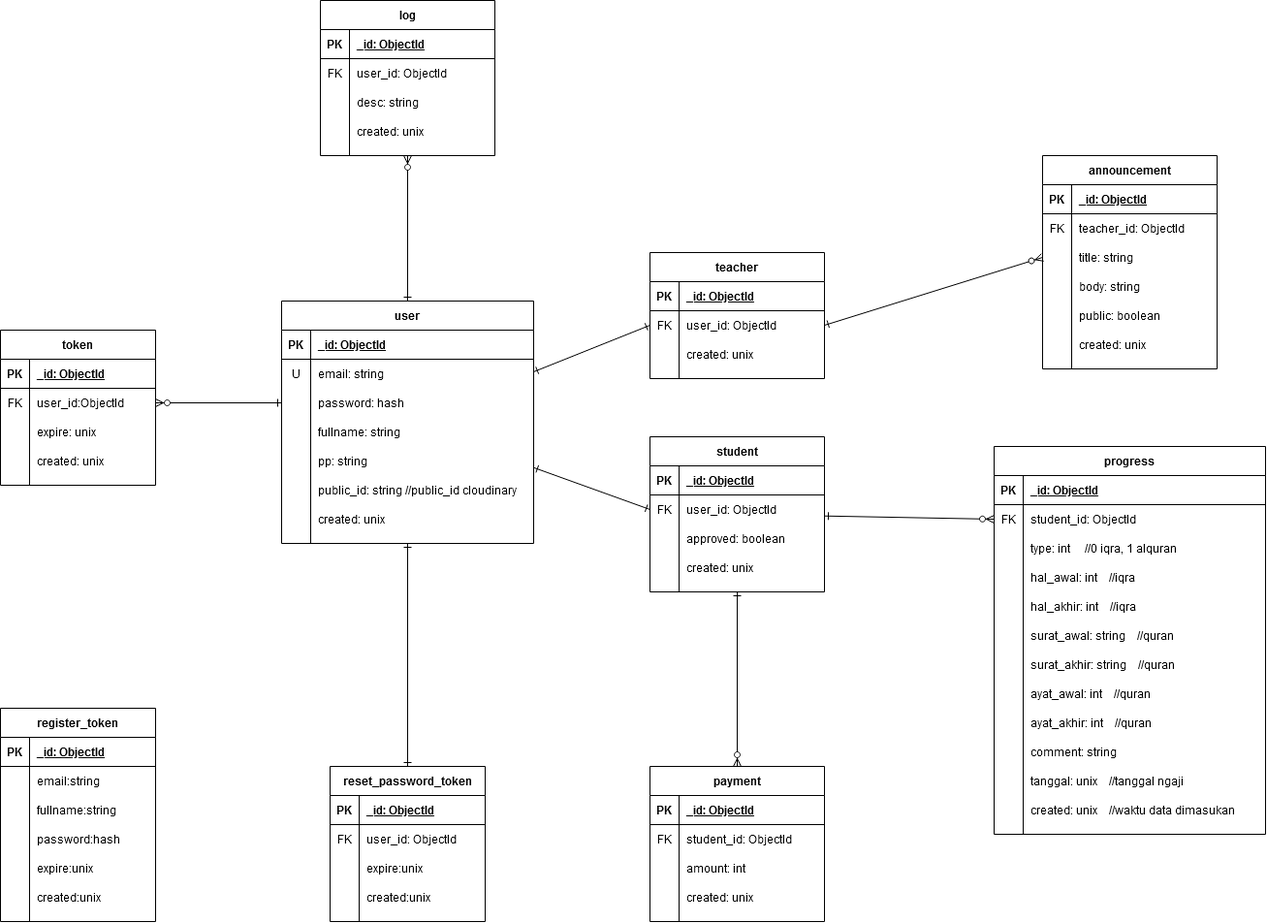
The draw.io diagram diagram/SIPEMA ERD.png in FarhanHP/SIPEMA, before a commit. Source tidied: cells renumbered, new cells last; positions are measured from the earlier drawing's top-left corner, leaving out a move shared by most shapes.
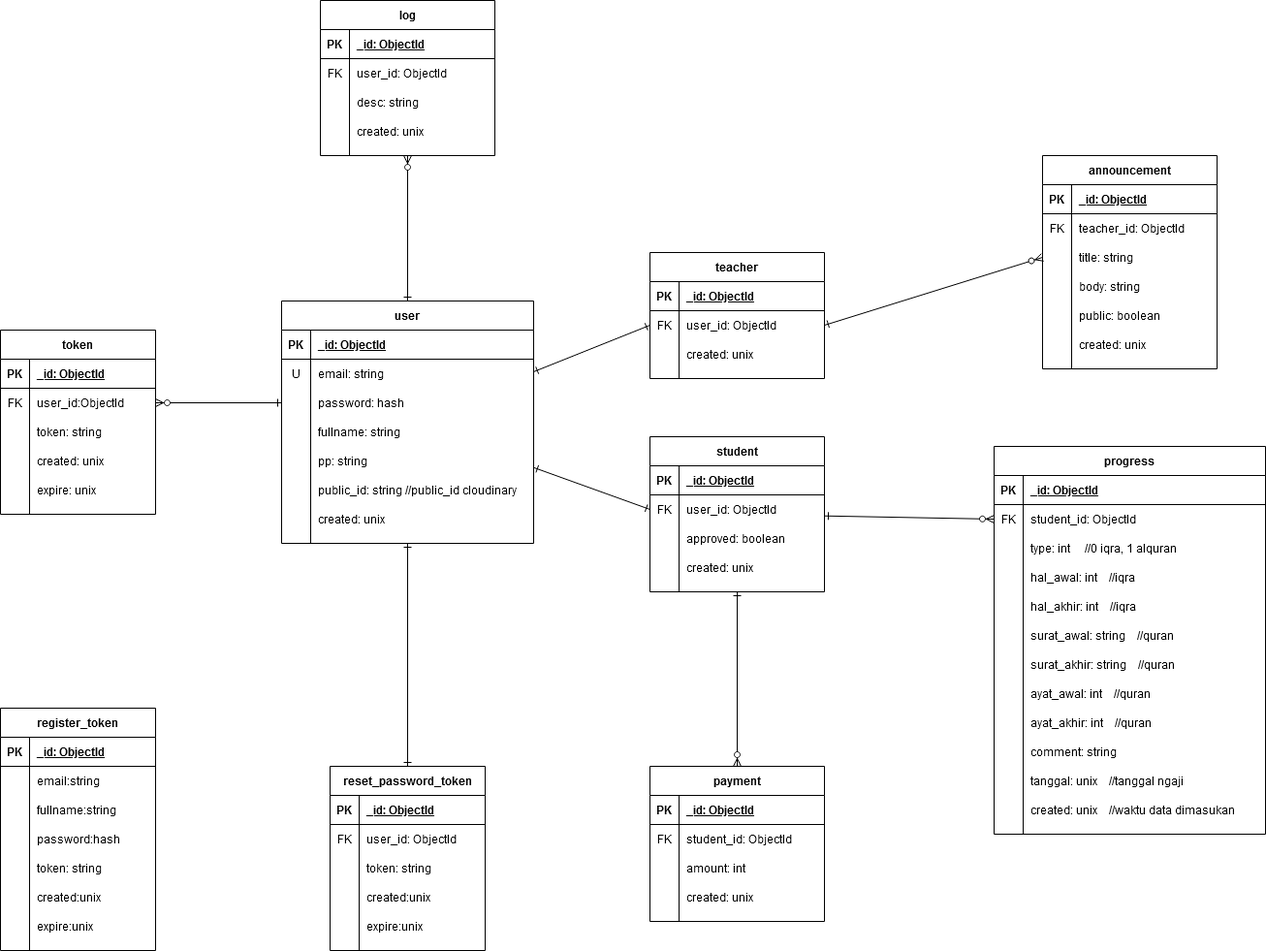
Above is the later version.

The edit, as a diff of the source:
```diff
@@ -408,7 +408,7 @@
       <mxGeometry x="30" width="150" height="30" as="geometry" />
     </mxCell>
     <mxCell id="137" value="token" style="shape=table;startSize=30;rowLines=0;fontStyle=1;align=center;" parent="1" vertex="1">
-      <mxGeometry y="340" width="160" height="160" as="geometry" />
+      <mxGeometry y="340" width="160" height="190" as="geometry" />
     </mxCell>
     <mxCell id="138" style="shape=partialRectangle;fillColor=none;top=0;left=0;bottom=1;right=0;" parent="137" vertex="1">
       <mxGeometry y="30" width="160" height="30" as="geometry" />
@@ -434,7 +434,7 @@
     <mxCell id="145" style="shape=partialRectangle;fillColor=none;top=0;left=0;bottom=0;right=0;overflow=hidden;" parent="144" vertex="1">
       <mxGeometry width="30" height="30" as="geometry" />
     </mxCell>
-    <mxCell id="146" value="expire: unix" style="shape=partialRectangle;fillColor=none;top=0;left=0;bottom=0;right=0;align=left;spacingLeft=6;overflow=hidden;" parent="144" vertex="1">
+    <mxCell id="146" value="token: string" style="shape=partialRectangle;fillColor=none;top=0;left=0;bottom=0;right=0;align=left;spacingLeft=6;overflow=hidden;" parent="144" vertex="1">
       <mxGeometry x="30" width="130" height="30" as="geometry" />
     </mxCell>
     <mxCell id="147" style="shape=partialRectangle;fillColor=none;top=0;left=0;bottom=0;right=0;" parent="137" vertex="1">
@@ -446,8 +446,17 @@
     <mxCell id="149" value="created: unix" style="shape=partialRectangle;fillColor=none;top=0;left=0;bottom=0;right=0;align=left;spacingLeft=6;overflow=hidden;" parent="147" vertex="1">
       <mxGeometry x="30" width="130" height="30" as="geometry" />
     </mxCell>
+    <mxCell id="182" style="shape=partialRectangle;fillColor=none;top=0;left=0;bottom=0;right=0;" parent="137" vertex="1">
+      <mxGeometry y="150" width="160" height="30" as="geometry" />
+    </mxCell>
+    <mxCell id="183" style="shape=partialRectangle;fillColor=none;top=0;left=0;bottom=0;right=0;overflow=hidden;" parent="182" vertex="1">
+      <mxGeometry width="30" height="30" as="geometry" />
+    </mxCell>
+    <mxCell id="184" value="expire: unix" style="shape=partialRectangle;fillColor=none;top=0;left=0;bottom=0;right=0;align=left;spacingLeft=6;overflow=hidden;" parent="182" vertex="1">
+      <mxGeometry x="30" width="130" height="30" as="geometry" />
+    </mxCell>
     <mxCell id="150" value="register_token" style="shape=table;startSize=30;rowLines=0;fontStyle=1;align=center;" parent="1" vertex="1">
-      <mxGeometry y="730" width="160" height="220" as="geometry" />
+      <mxGeometry y="730" width="160" height="250" as="geometry" />
     </mxCell>
     <mxCell id="151" style="shape=partialRectangle;fillColor=none;top=0;left=0;bottom=1;right=0;" parent="150" vertex="1">
       <mxGeometry y="30" width="160" height="30" as="geometry" />
@@ -491,7 +500,7 @@
     <mxCell id="164" style="shape=partialRectangle;fillColor=none;top=0;left=0;bottom=0;right=0;overflow=hidden;" parent="163" vertex="1">
       <mxGeometry width="30" height="30" as="geometry" />
     </mxCell>
-    <mxCell id="165" value="expire:unix" style="shape=partialRectangle;fillColor=none;top=0;left=0;bottom=0;right=0;align=left;spacingLeft=6;overflow=hidden;" parent="163" vertex="1">
+    <mxCell id="165" value="token: string" style="shape=partialRectangle;fillColor=none;top=0;left=0;bottom=0;right=0;align=left;spacingLeft=6;overflow=hidden;" parent="163" vertex="1">
       <mxGeometry x="30" width="130" height="30" as="geometry" />
     </mxCell>
     <mxCell id="166" style="shape=partialRectangle;fillColor=none;top=0;left=0;bottom=0;right=0;" parent="150" vertex="1">
@@ -503,8 +512,17 @@
     <mxCell id="168" value="created:unix" style="shape=partialRectangle;fillColor=none;top=0;left=0;bottom=0;right=0;align=left;spacingLeft=6;overflow=hidden;" parent="166" vertex="1">
       <mxGeometry x="30" width="130" height="30" as="geometry" />
     </mxCell>
+    <mxCell id="185" style="shape=partialRectangle;fillColor=none;top=0;left=0;bottom=0;right=0;" parent="150" vertex="1">
+      <mxGeometry y="210" width="160" height="30" as="geometry" />
+    </mxCell>
+    <mxCell id="186" style="shape=partialRectangle;fillColor=none;top=0;left=0;bottom=0;right=0;overflow=hidden;" parent="185" vertex="1">
+      <mxGeometry width="30" height="30" as="geometry" />
+    </mxCell>
+    <mxCell id="187" value="expire:unix" style="shape=partialRectangle;fillColor=none;top=0;left=0;bottom=0;right=0;align=left;spacingLeft=6;overflow=hidden;" parent="185" vertex="1">
+      <mxGeometry x="30" width="130" height="30" as="geometry" />
+    </mxCell>
     <mxCell id="169" value="reset_password_token" style="shape=table;startSize=30;rowLines=0;fontStyle=1;align=center;" parent="1" vertex="1">
-      <mxGeometry x="340" y="790" width="160" height="160" as="geometry" />
+      <mxGeometry x="340" y="790" width="160" height="190" as="geometry" />
     </mxCell>
     <mxCell id="170" style="shape=partialRectangle;fillColor=none;top=0;left=0;bottom=1;right=0;" parent="169" vertex="1">
       <mxGeometry y="30" width="160" height="30" as="geometry" />
@@ -530,7 +548,7 @@
     <mxCell id="177" style="shape=partialRectangle;fillColor=none;top=0;left=0;bottom=0;right=0;overflow=hidden;" parent="176" vertex="1">
       <mxGeometry width="30" height="30" as="geometry" />
     </mxCell>
-    <mxCell id="178" value="expire:unix" style="shape=partialRectangle;fillColor=none;top=0;left=0;bottom=0;right=0;align=left;spacingLeft=6;overflow=hidden;" parent="176" vertex="1">
+    <mxCell id="178" value="token: string" style="shape=partialRectangle;fillColor=none;top=0;left=0;bottom=0;right=0;align=left;spacingLeft=6;overflow=hidden;" parent="176" vertex="1">
       <mxGeometry x="30" width="130" height="30" as="geometry" />
     </mxCell>
     <mxCell id="179" style="shape=partialRectangle;fillColor=none;top=0;left=0;bottom=0;right=0;" parent="169" vertex="1">
@@ -542,5 +560,14 @@
     <mxCell id="181" value="created:unix" style="shape=partialRectangle;fillColor=none;top=0;left=0;bottom=0;right=0;align=left;spacingLeft=6;overflow=hidden;" parent="179" vertex="1">
       <mxGeometry x="30" width="130" height="30" as="geometry" />
     </mxCell>
+    <mxCell id="188" style="shape=partialRectangle;fillColor=none;top=0;left=0;bottom=0;right=0;" parent="169" vertex="1">
+      <mxGeometry y="150" width="160" height="30" as="geometry" />
+    </mxCell>
+    <mxCell id="189" style="shape=partialRectangle;fillColor=none;top=0;left=0;bottom=0;right=0;overflow=hidden;" parent="188" vertex="1">
+      <mxGeometry width="30" height="30" as="geometry" />
+    </mxCell>
+    <mxCell id="190" value="expire:unix" style="shape=partialRectangle;fillColor=none;top=0;left=0;bottom=0;right=0;align=left;spacingLeft=6;overflow=hidden;" parent="188" vertex="1">
+      <mxGeometry x="30" width="130" height="30" as="geometry" />
+    </mxCell>
   </root>
 </mxGraphModel>
```
